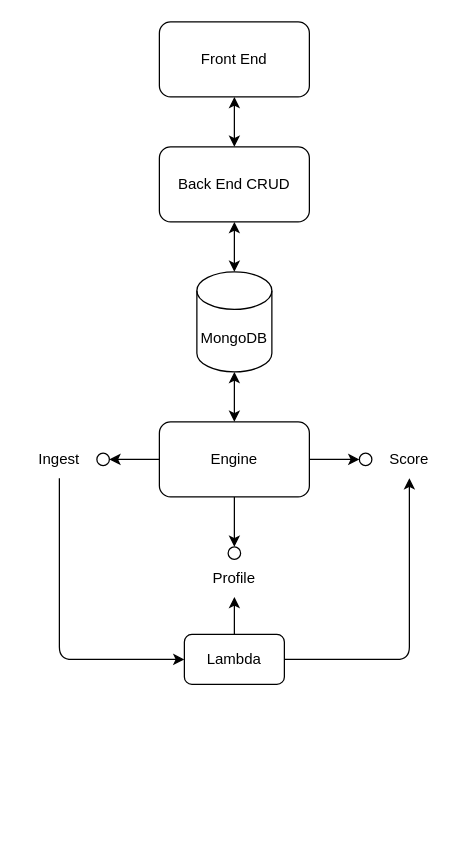
Above: docs/engine.drawio in StanisKo/stock-engine (draw.io), before the change. Source tidied: cells renumbered, new cells numbered last; positions are measured from the earlier drawing's top-left corner, leaving out a move shared by most shapes. Both pictures are drawn from the tidied source at 125%, with x=0, y=0 at pixel (21, 21).
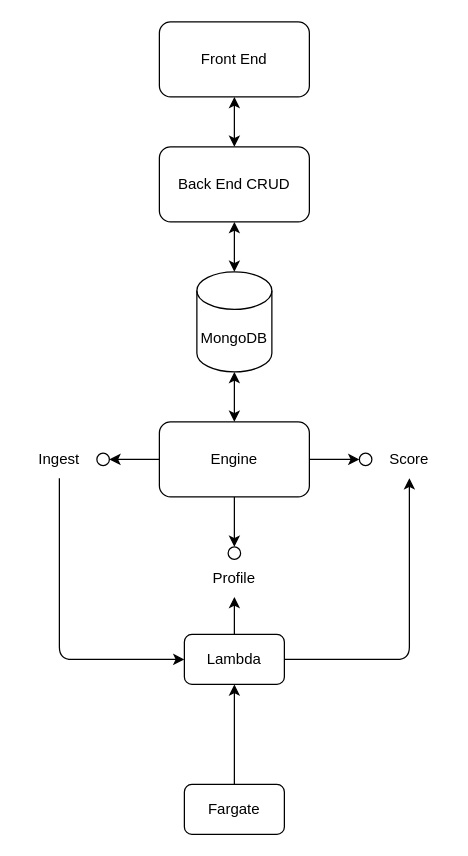
The same page after the edit.

The change refers to these unchanged cells:
```xml
<mxCell id="15" value="Lambda" style="rounded=1;whiteSpace=wrap;html=1;fillColor=none;" parent="1" vertex="1">
  <mxGeometry x="130" y="490" width="80" height="40" as="geometry" />
</mxCell>
```

Change to the diagram source:
```diff
@@
+    <mxCell id="22" style="edgeStyle=orthogonalEdgeStyle;rounded=1;jettySize=auto;html=1;" parent="1" edge="1" source="23" target="15">
+      <mxGeometry relative="1" as="geometry" />
+    </mxCell>
+    <mxCell id="23" value="Fargate" style="rounded=1;whiteSpace=wrap;html=1;fillColor=none;" parent="1" vertex="1">
+      <mxGeometry x="130" y="610" width="80" height="40" as="geometry" />
+    </mxCell>
```
